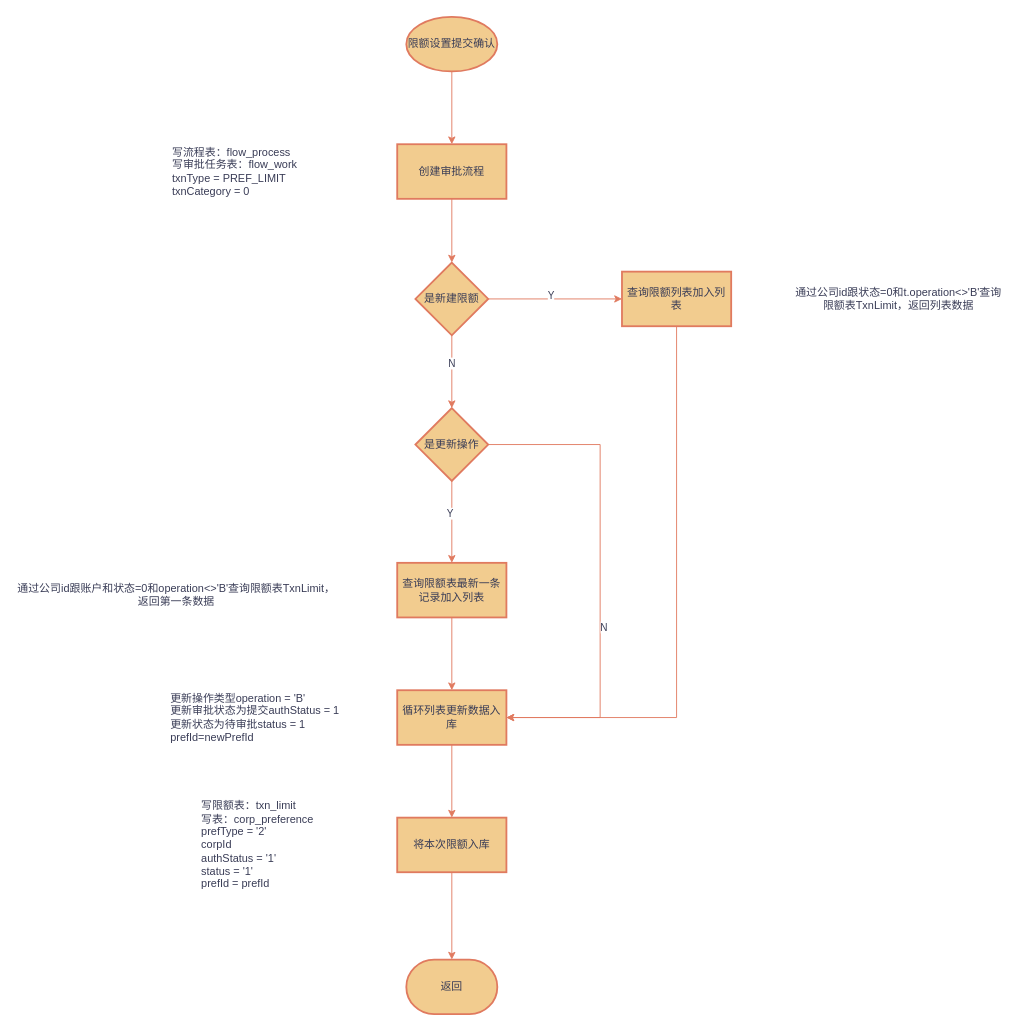
heatty/Fallingink keeps this draw.io diagram as 限额确认提交.drawio. Above is the earlier version. Source tidied: cells renumbered, new cells numbered last; positions are measured from the earlier drawing's top-left corner, leaving out a move shared by most shapes. Both pictures are drawn from the tidied source at 91%, with x=0, y=0 at pixel (15, 16).
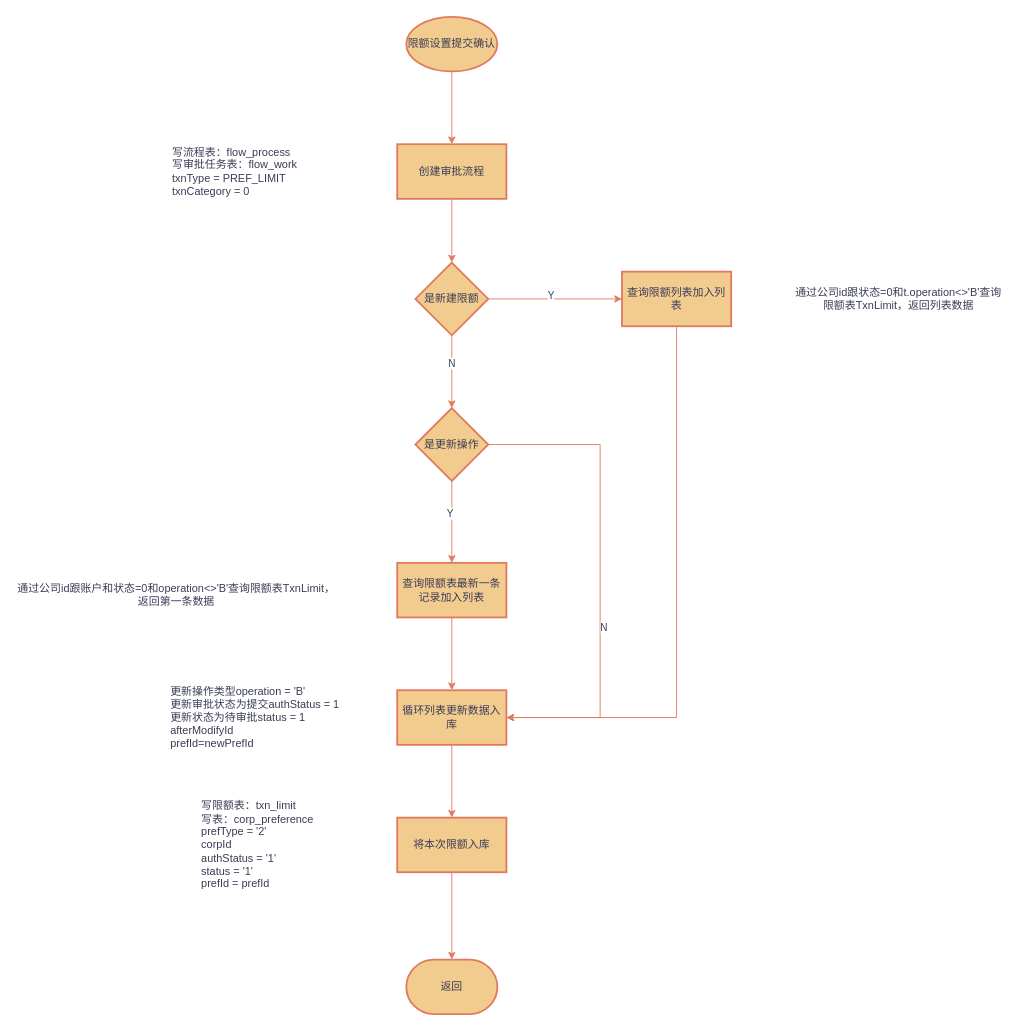
After the change.

Commit message (it also covers changes not shown here):
更新限额确认提交.drawio

The edit, as a diff of the source:
```diff
@@
-    <mxCell id="28" value="&lt;div&gt;更新操作类型operation = 'B'&lt;/div&gt;&lt;div&gt;更新审批状态为提交authStatus = 1&lt;/div&gt;&lt;div&gt;更新状态为待审批status = 1&lt;/div&gt;&lt;div&gt;prefId=&lt;span style=&quot;background-color: initial;&quot;&gt;newPrefId&lt;/span&gt;&lt;/div&gt;" style="text;html=1;align=left;verticalAlign=middle;whiteSpace=wrap;rounded=0;fontColor=#393C56;" parent="1" vertex="1">
+    <mxCell id="28" value="&lt;div&gt;更新操作类型operation = 'B'&lt;/div&gt;&lt;div&gt;更新审批状态为提交authStatus = 1&lt;/div&gt;&lt;div&gt;更新状态为待审批status = 1&lt;/div&gt;&lt;div&gt;afterModifyId&amp;nbsp;&lt;br&gt;&lt;/div&gt;&lt;div&gt;prefId=&lt;span style=&quot;background-color: initial;&quot;&gt;newPrefId&lt;/span&gt;&lt;/div&gt;" style="text;html=1;align=left;verticalAlign=middle;whiteSpace=wrap;rounded=0;fontColor=#393C56;" parent="1" vertex="1">
       <mxGeometry x="168" y="735.2" width="236" height="69.5" as="geometry" />
     </mxCell>
```
